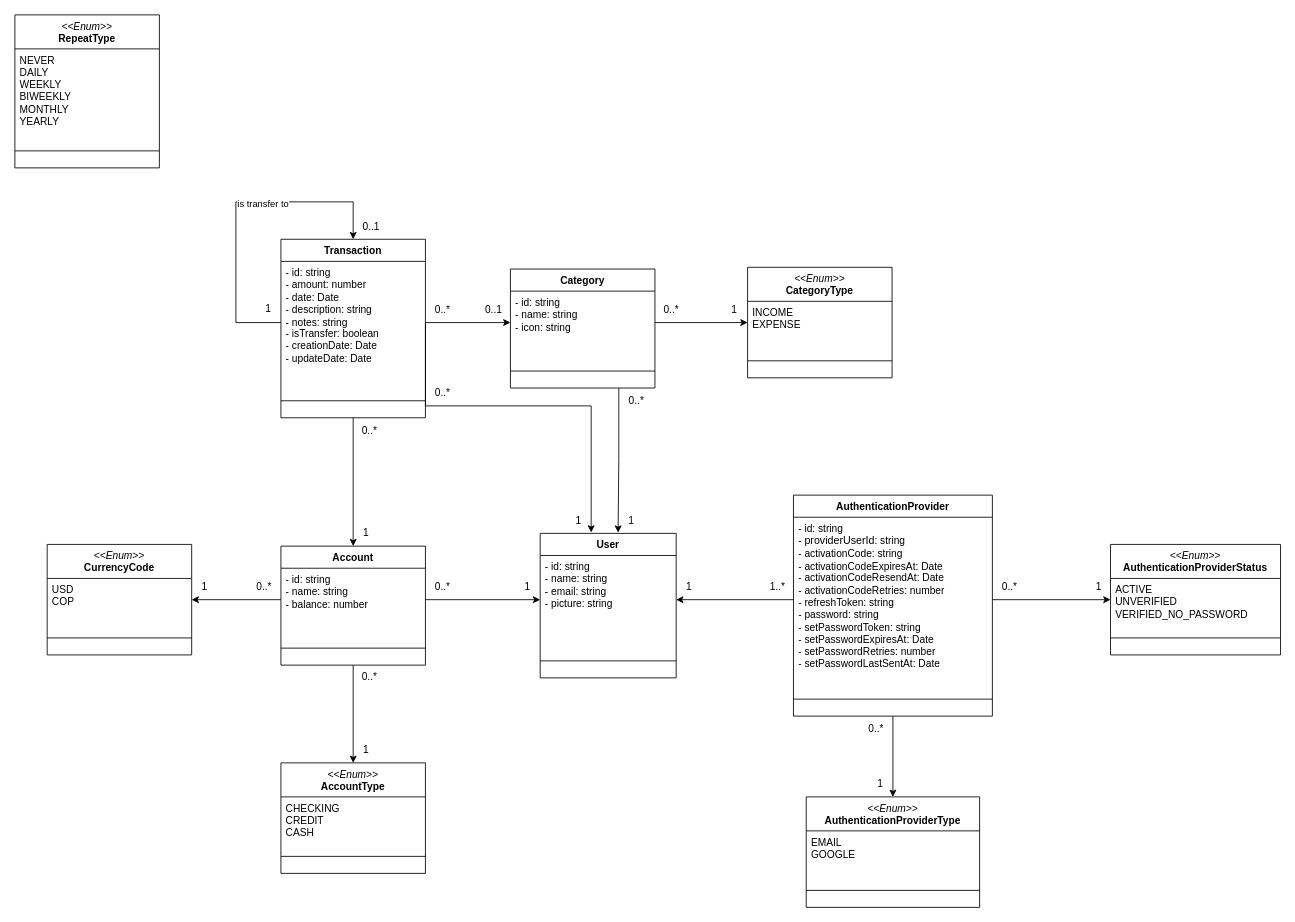
acastillo9/budget-api keeps this draw.io diagram as docs/class_budget.drawio. Above is the earlier version. Source tidied: cells renumbered, new cells numbered last; positions are measured from the earlier drawing's top-left corner, leaving out a move shared by most shapes. Both pictures are drawn from the tidied source at 85%, with x=0, y=0 at pixel (14, 14).
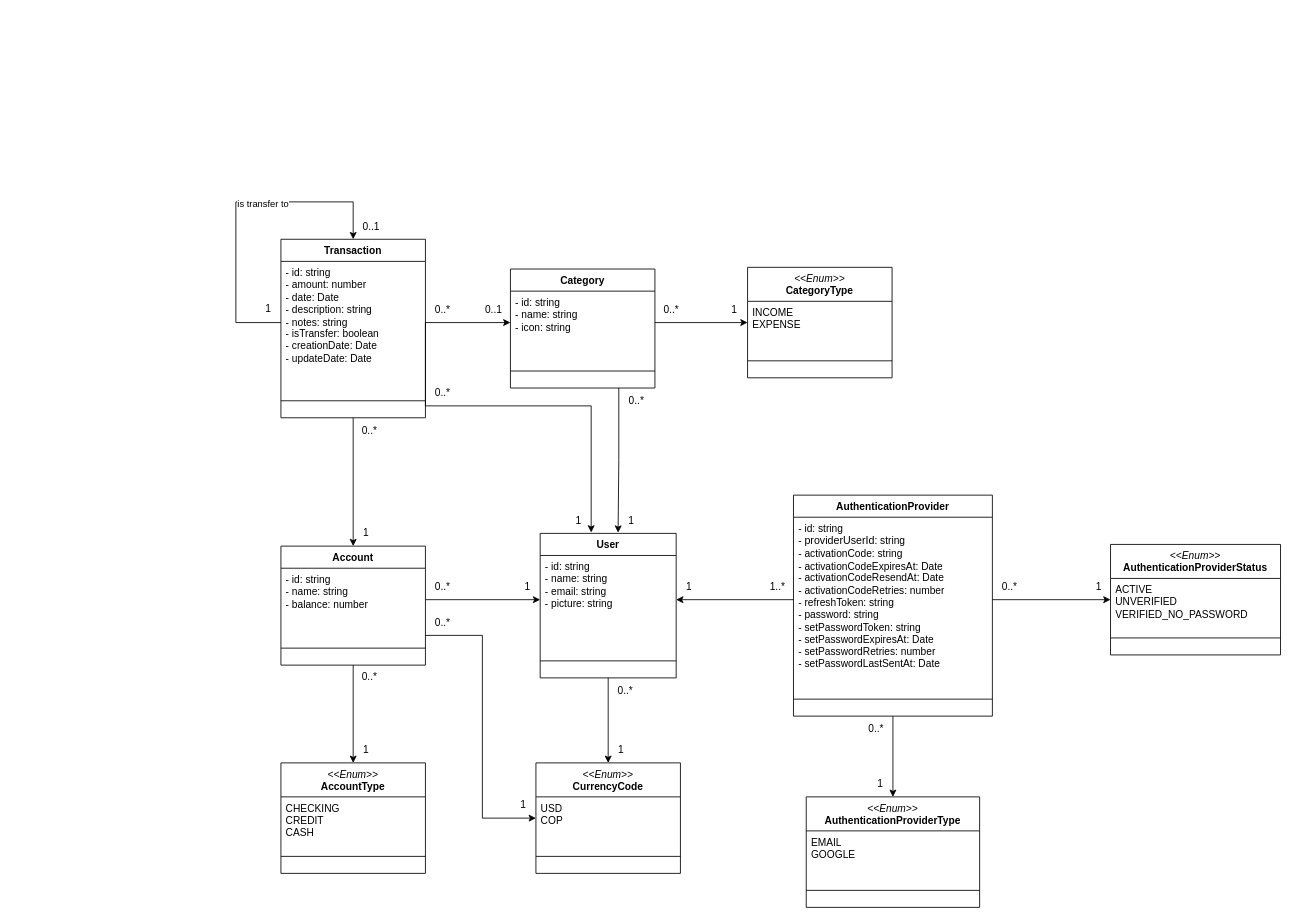
The same page after the edit.

The change refers to these unchanged cells:
```xml
<mxCell id="22" value="USD&lt;div&gt;COP&lt;/div&gt;" style="text;strokeColor=none;fillColor=none;align=left;verticalAlign=top;spacingLeft=4;spacingRight=4;overflow=hidden;points=[[0,0.5],[1,0.5]];portConstraint=eastwest;whiteSpace=wrap;html=1;" parent="21" vertex="1">
  <mxGeometry y="40" width="170" height="50" as="geometry" />
</mxCell>
<mxCell id="27" value="Account" style="swimlane;fontStyle=1;align=center;verticalAlign=top;horizontal=1;startSize=26;whiteSpace=wrap;html=1;" parent="1" vertex="1">
  <mxGeometry x="313" y="625" width="170" height="140" as="geometry" />
</mxCell>
<mxCell id="28" value="- id: string&lt;div&gt;- name: string&lt;br&gt;&lt;div&gt;- balance: number&lt;/div&gt;&lt;/div&gt;" style="text;strokeColor=none;fillColor=none;align=left;verticalAlign=top;spacingLeft=4;spacingRight=4;overflow=hidden;points=[[0,0.5],[1,0.5]];portConstraint=eastwest;whiteSpace=wrap;html=1;" parent="27" vertex="1">
  <mxGeometry y="26" width="170" height="74" as="geometry" />
</mxCell>
<mxCell id="31" value="User" style="swimlane;fontStyle=1;align=center;verticalAlign=top;horizontal=1;startSize=26;whiteSpace=wrap;html=1;" parent="1" vertex="1">
  <mxGeometry x="618" y="610" width="160" height="170" as="geometry" />
</mxCell>
```

Change to the diagram source:
```diff
@@
-    <mxCell id="12" value="&lt;div&gt;&lt;i style=&quot;font-weight: 400;&quot;&gt;&amp;lt;&amp;lt;Enum&amp;gt;&amp;gt;&lt;/i&gt;&lt;br&gt;&lt;/div&gt;RepeatType" style="swimlane;fontStyle=1;align=center;verticalAlign=top;horizontal=1;startSize=40;whiteSpace=wrap;html=1;" parent="1" vertex="1">
-      <mxGeometry width="170" height="180" as="geometry" />
-    </mxCell>
-    <mxCell id="13" value="&lt;div&gt;NEVER&lt;/div&gt;DAILY&lt;div&gt;WEEKLY&lt;/div&gt;&lt;div&gt;BIWEEKLY&lt;br&gt;&lt;/div&gt;&lt;div&gt;MONTHLY&lt;/div&gt;&lt;div&gt;YEARLY&lt;/div&gt;" style="text;strokeColor=none;fillColor=none;align=left;verticalAlign=top;spacingLeft=4;spacingRight=4;overflow=hidden;whiteSpace=wrap;html=1;" parent="12" vertex="1">
-      <mxGeometry y="40" width="170" height="100" as="geometry" />
-    </mxCell>
-    <mxCell id="14" style="line;strokeWidth=1;fillColor=none;align=left;verticalAlign=middle;spacingTop=-1;spacingLeft=3;spacingRight=3;labelPosition=right;strokeColor=inherit;" parent="12" vertex="1">
-      <mxGeometry y="140" width="170" height="40" as="geometry" />
-    </mxCell>
@@
     <mxCell id="21" value="&lt;div&gt;&lt;i style=&quot;font-weight: 400;&quot;&gt;&amp;lt;&amp;lt;Enum&amp;gt;&amp;gt;&lt;/i&gt;&lt;br&gt;&lt;/div&gt;CurrencyCode" style="swimlane;fontStyle=1;align=center;verticalAlign=top;horizontal=1;startSize=40;whiteSpace=wrap;html=1;" parent="1" vertex="1">
-      <mxGeometry x="38" y="623" width="170" height="130" as="geometry" />
+      <mxGeometry x="613" y="880" width="170" height="130" as="geometry" />
     </mxCell>
@@
     <mxCell id="24" value="1" style="text;html=1;align=center;verticalAlign=middle;strokeColor=none;fillColor=none;" parent="1" vertex="1">
-      <mxGeometry x="208" y="658" width="30" height="30" as="geometry" />
+      <mxGeometry x="583" y="915" width="30" height="30" as="geometry" />
     </mxCell>
     <mxCell id="25" value="0..*" style="text;html=1;align=center;verticalAlign=middle;strokeColor=none;fillColor=none;" parent="1" vertex="1">
-      <mxGeometry x="273" y="658" width="40" height="30" as="geometry" />
+      <mxGeometry x="483" y="700" width="40" height="30" as="geometry" />
     </mxCell>
@@
+    <mxCell id="72" style="edgeStyle=orthogonalEdgeStyle;rounded=0;jettySize=auto;html=1;exitX=0.5;exitY=1;exitDx=0;exitDy=0;entryX=0.5;entryY=0;entryDx=0;entryDy=0;" parent="1" edge="1" source="31" target="21">
+      <mxGeometry relative="1" as="geometry" />
+    </mxCell>
@@
-    <mxCell id="36" style="edgeStyle=orthogonalEdgeStyle;rounded=0;jettySize=auto;html=1;exitX=0;exitY=0.5;exitDx=0;exitDy=0;entryX=1;entryY=0.5;entryDx=0;entryDy=0;" parent="1" edge="1" source="28" target="22">
-      <mxGeometry relative="1" as="geometry" />
+    <mxCell id="36" style="edgeStyle=orthogonalEdgeStyle;rounded=0;jettySize=auto;html=1;exitX=1;exitY=0.75;exitDx=0;exitDy=0;entryX=0;entryY=0.5;entryDx=0;entryDy=0;" parent="1" edge="1" source="27" target="22">
+      <mxGeometry relative="1" as="geometry">
+        <Array as="points">
+          <mxPoint x="550" y="730" />
+          <mxPoint x="550" y="945" />
+        </Array>
+      </mxGeometry>
     </mxCell>
@@
+    <mxCell id="73" value="1" style="text;html=1;align=center;verticalAlign=middle;strokeColor=none;fillColor=none;" parent="1" vertex="1">
+      <mxGeometry x="698" y="850" width="30" height="30" as="geometry" />
+    </mxCell>
+    <mxCell id="74" value="0..*" style="text;html=1;align=center;verticalAlign=middle;strokeColor=none;fillColor=none;" parent="1" vertex="1">
+      <mxGeometry x="698" y="780" width="40" height="30" as="geometry" />
+    </mxCell>
```
